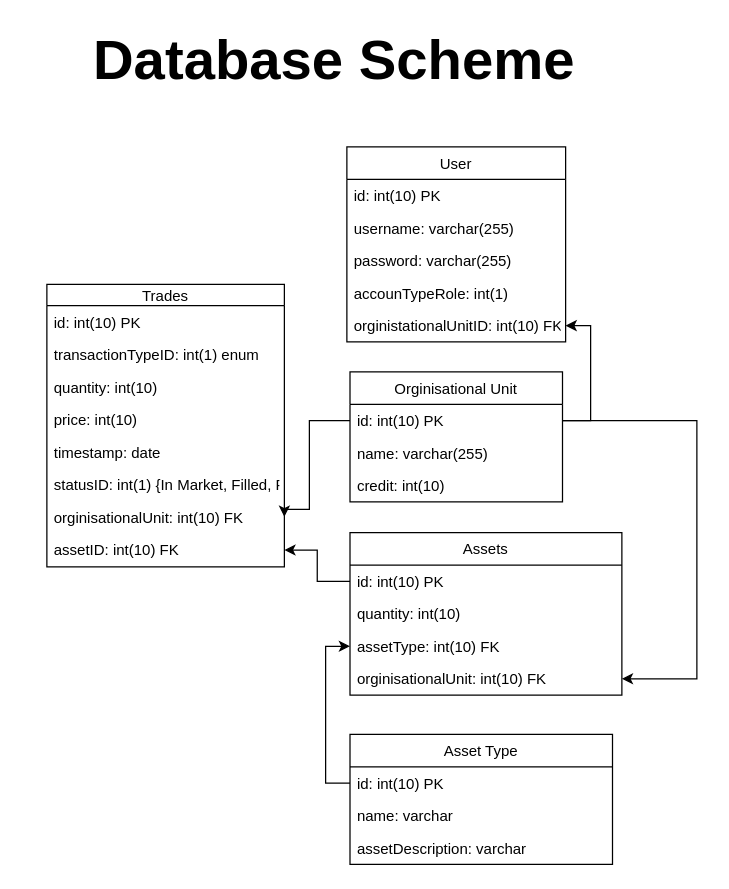
Before: Project_Report/Database_Scheme_ORM.drawio in aash35/Assest-Trading-Platform, a draw.io diagram. Source tidied: cells renumbered, new cells numbered last; positions are measured from the earlier drawing's top-left corner, leaving out a move shared by most shapes. Both pictures are drawn from the tidied source at 125%, with x=0, y=0 at pixel (21, 21).
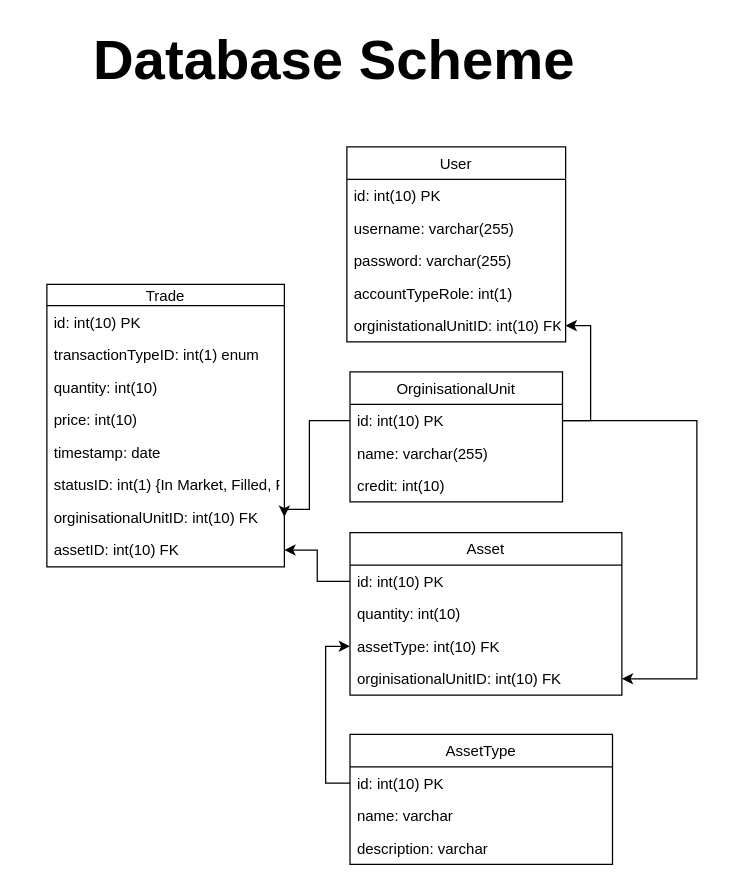
The same diagram, later.

Unchanged cells that the change refers to:
```xml
<mxCell id="7" value="User" style="swimlane;fontStyle=0;horizontal=1;startSize=26;fillColor=none;" parent="1" vertex="1">
  <mxGeometry x="260" y="100" width="175" height="156" as="geometry" />
</mxCell>
```

What changed in the source:
```diff
@@
-    <mxCell id="3" value="Orginisational Unit" style="swimlane;fontStyle=0;horizontal=1;startSize=26;fillColor=none;" parent="1" vertex="1">
+    <mxCell id="3" value="OrginisationalUnit" style="swimlane;fontStyle=0;horizontal=1;startSize=26;fillColor=none;" parent="1" vertex="1">
       <mxGeometry x="262.5" y="280" width="170" height="104" as="geometry" />
     </mxCell>
@@
-    <mxCell id="11" value="accounTypeRole: int(1)" style="text;strokeColor=none;fillColor=none;align=left;verticalAlign=top;spacingLeft=4;spacingRight=4;overflow=hidden;" parent="7" vertex="1">
+    <mxCell id="11" value="accountTypeRole: int(1)" style="text;strokeColor=none;fillColor=none;align=left;verticalAlign=top;spacingLeft=4;spacingRight=4;overflow=hidden;" parent="7" vertex="1">
       <mxGeometry y="104" width="175" height="26" as="geometry" />
     </mxCell>
@@
-    <mxCell id="13" value="Assets" style="swimlane;fontStyle=0;horizontal=1;startSize=26;fillColor=none;" parent="1" vertex="1">
+    <mxCell id="13" value="Asset" style="swimlane;fontStyle=0;horizontal=1;startSize=26;fillColor=none;" parent="1" vertex="1">
       <mxGeometry x="262.5" y="408.5" width="217.5" height="130" as="geometry" />
     </mxCell>
@@
-    <mxCell id="17" value="orginisationalUnit: int(10) FK" style="text;strokeColor=none;fillColor=none;align=left;verticalAlign=top;spacingLeft=4;spacingRight=4;overflow=hidden;points=[[0,0.5],[1,0.5]];portConstraint=eastwest;" parent="13" vertex="1">
+    <mxCell id="17" value="orginisationalUnitID: int(10) FK" style="text;strokeColor=none;fillColor=none;align=left;verticalAlign=top;spacingLeft=4;spacingRight=4;overflow=hidden;points=[[0,0.5],[1,0.5]];portConstraint=eastwest;" parent="13" vertex="1">
       <mxGeometry y="104" width="217.5" height="26" as="geometry" />
     </mxCell>
-    <mxCell id="18" value="Asset Type" style="swimlane;fontStyle=0;horizontal=1;startSize=26;fillColor=none;" parent="1" vertex="1">
+    <mxCell id="18" value="AssetType" style="swimlane;fontStyle=0;horizontal=1;startSize=26;fillColor=none;" parent="1" vertex="1">
       <mxGeometry x="262.5" y="570" width="210" height="104" as="geometry" />
     </mxCell>
@@
-    <mxCell id="21" value="assetDescription: varchar" style="text;strokeColor=none;fillColor=none;align=left;verticalAlign=top;spacingLeft=4;spacingRight=4;overflow=hidden;" parent="18" vertex="1">
+    <mxCell id="21" value="description: varchar" style="text;strokeColor=none;fillColor=none;align=left;verticalAlign=top;spacingLeft=4;spacingRight=4;overflow=hidden;" parent="18" vertex="1">
       <mxGeometry y="78" width="210" height="26" as="geometry" />
     </mxCell>
@@
-    <mxCell id="25" value="Trades" style="swimlane;fontStyle=0;horizontal=1;startSize=17;fillColor=none;" parent="1" vertex="1">
+    <mxCell id="25" value="Trade" style="swimlane;fontStyle=0;horizontal=1;startSize=17;fillColor=none;" parent="1" vertex="1">
       <mxGeometry x="20" y="210" width="190" height="226" as="geometry" />
     </mxCell>
@@
-    <mxCell id="32" value="orginisationalUnit: int(10) FK" style="text;strokeColor=none;fillColor=none;align=left;verticalAlign=top;spacingLeft=4;spacingRight=4;overflow=hidden;points=[[0,0.5],[1,0.5]];portConstraint=eastwest;" parent="25" vertex="1">
+    <mxCell id="32" value="orginisationalUnitID: int(10) FK" style="text;strokeColor=none;fillColor=none;align=left;verticalAlign=top;spacingLeft=4;spacingRight=4;overflow=hidden;points=[[0,0.5],[1,0.5]];portConstraint=eastwest;" parent="25" vertex="1">
       <mxGeometry y="173" width="190" height="26" as="geometry" />
     </mxCell>
```
